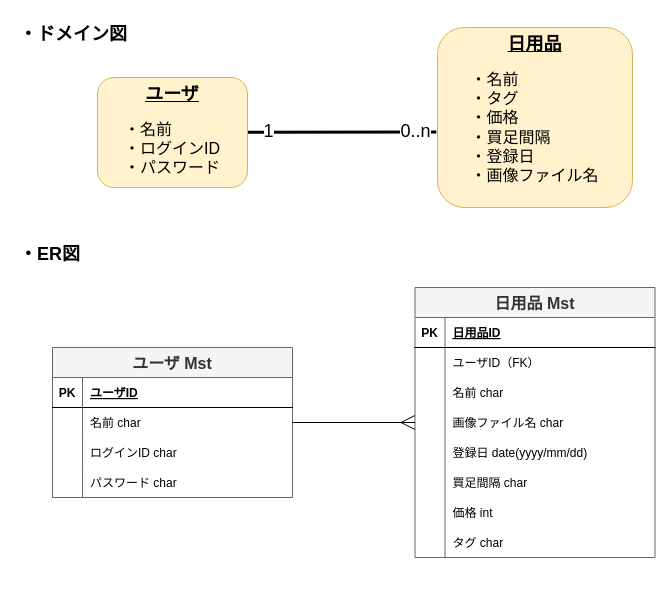
Above: 10_詳細設計/11_ER図.drawio in EijiToriki/DairyProductAlermApp (draw.io), before the change. Source tidied: cells renumbered, new cells numbered last; positions are measured from the earlier drawing's top-left corner, leaving out a move shared by most shapes. Both pictures are drawn from the tidied source at 100%, with x=0, y=0 at pixel (17, 17).
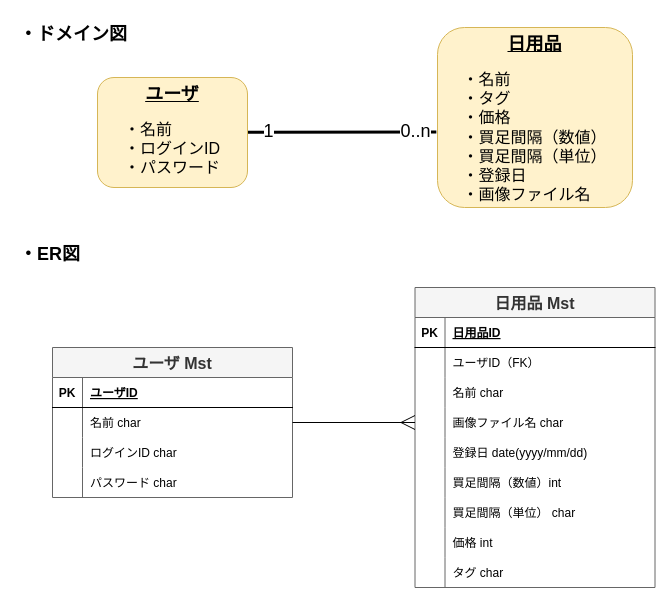
The same page after the edit.

Unchanged cells that the change refers to:
```xml
<mxCell id="38" style="shape=tableRow;horizontal=0;startSize=0;swimlaneHead=0;swimlaneBody=0;fillColor=none;top=0;left=0;right=0;bottom=0;" parent="22" vertex="1">
  <mxGeometry y="180" width="240" height="30" as="geometry" />
</mxCell>
```

The edit, as a diff of the source:
```diff
@@
-    <mxCell id="2" value="&lt;span style=&quot;font-size: 18px;&quot;&gt;&lt;b&gt;&lt;u&gt;日用品&lt;/u&gt;&lt;/b&gt;&lt;/span&gt;&lt;br&gt;&lt;br&gt;&lt;div style=&quot;text-align: left;&quot;&gt;&lt;span style=&quot;font-size: 16px; background-color: initial;&quot;&gt;・名前&lt;/span&gt;&lt;/div&gt;&lt;div style=&quot;text-align: left;&quot;&gt;&lt;span style=&quot;font-size: 16px; background-color: initial;&quot;&gt;・タグ&lt;/span&gt;&lt;/div&gt;&lt;div style=&quot;text-align: left;&quot;&gt;&lt;span style=&quot;background-color: initial; font-size: 16px;&quot;&gt;・価格&lt;/span&gt;&lt;/div&gt;&lt;div style=&quot;text-align: left;&quot;&gt;&lt;span style=&quot;font-size: 16px; background-color: initial;&quot;&gt;・買足間隔&lt;/span&gt;&lt;/div&gt;&lt;div style=&quot;text-align: left;&quot;&gt;&lt;span style=&quot;font-size: 16px;&quot;&gt;・登録日&lt;/span&gt;&lt;/div&gt;&lt;div style=&quot;text-align: left;&quot;&gt;&lt;span style=&quot;font-size: 16px; background-color: initial;&quot;&gt;・画像ファイル名&lt;/span&gt;&lt;/div&gt;" style="rounded=1;whiteSpace=wrap;html=1;fillColor=#fff2cc;strokeColor=#d6b656;verticalAlign=top;align=center;" parent="1" vertex="1">
+    <mxCell id="2" value="&lt;span style=&quot;font-size: 18px;&quot;&gt;&lt;b&gt;&lt;u&gt;日用品&lt;/u&gt;&lt;/b&gt;&lt;/span&gt;&lt;br&gt;&lt;br&gt;&lt;div style=&quot;text-align: left;&quot;&gt;&lt;span style=&quot;font-size: 16px; background-color: initial;&quot;&gt;・名前&lt;/span&gt;&lt;/div&gt;&lt;div style=&quot;text-align: left;&quot;&gt;&lt;span style=&quot;font-size: 16px; background-color: initial;&quot;&gt;・タグ&lt;/span&gt;&lt;/div&gt;&lt;div style=&quot;text-align: left;&quot;&gt;&lt;span style=&quot;background-color: initial; font-size: 16px;&quot;&gt;・価格&lt;/span&gt;&lt;/div&gt;&lt;div style=&quot;text-align: left;&quot;&gt;&lt;span style=&quot;font-size: 16px; background-color: initial;&quot;&gt;・買足間隔（数値）&lt;/span&gt;&lt;/div&gt;&lt;div style=&quot;text-align: left;&quot;&gt;&lt;span style=&quot;font-size: 16px;&quot;&gt;・買足間隔（単位）&lt;/span&gt;&lt;/div&gt;&lt;div style=&quot;text-align: left;&quot;&gt;&lt;span style=&quot;font-size: 16px;&quot;&gt;・登録日&lt;/span&gt;&lt;/div&gt;&lt;div style=&quot;text-align: left;&quot;&gt;&lt;span style=&quot;font-size: 16px; background-color: initial;&quot;&gt;・画像ファイル名&lt;/span&gt;&lt;/div&gt;" style="rounded=1;whiteSpace=wrap;html=1;fillColor=#fff2cc;strokeColor=#d6b656;verticalAlign=top;align=center;" parent="1" vertex="1">
       <mxGeometry x="420" y="10" width="195" height="180" as="geometry" />
     </mxCell>
@@
     <mxCell id="22" value="日用品 Mst" style="shape=table;startSize=30;childLayout=tableLayout;rowLines=0;fontStyle=1;align=center;fillColor=#f5f5f5;fontColor=#333333;strokeColor=#666666;fontSize=16;" parent="1" vertex="1">
-      <mxGeometry x="397.5" y="270" width="240" height="270" as="geometry" />
+      <mxGeometry x="397.5" y="270" width="240" height="300" as="geometry" />
     </mxCell>
@@
-    <mxCell id="40" value="買足間隔 char" style="shape=partialRectangle;fillColor=none;top=0;left=0;bottom=0;right=0;align=left;spacingLeft=6;overflow=hidden;" parent="38" vertex="1">
+    <mxCell id="40" value="買足間隔（数値）int" style="shape=partialRectangle;fillColor=none;top=0;left=0;bottom=0;right=0;align=left;spacingLeft=6;overflow=hidden;" parent="38" vertex="1">
       <mxGeometry x="30" width="210" height="30" as="geometry" />
     </mxCell>
+    <mxCell id="48" style="shape=tableRow;horizontal=0;startSize=0;swimlaneHead=0;swimlaneBody=0;fillColor=none;top=0;left=0;right=0;bottom=0;" parent="22" vertex="1">
+      <mxGeometry y="210" width="240" height="30" as="geometry" />
+    </mxCell>
+    <mxCell id="49" style="shape=partialRectangle;fillColor=none;top=0;left=0;bottom=0;right=0;overflow=hidden;" parent="48" vertex="1">
+      <mxGeometry width="30" height="30" as="geometry" />
+    </mxCell>
+    <mxCell id="50" value="買足間隔（単位） char" style="shape=partialRectangle;fillColor=none;top=0;left=0;bottom=0;right=0;align=left;spacingLeft=6;overflow=hidden;" parent="48" vertex="1">
+      <mxGeometry x="30" width="210" height="30" as="geometry" />
+    </mxCell>
     <mxCell id="41" style="shape=tableRow;horizontal=0;startSize=0;swimlaneHead=0;swimlaneBody=0;fillColor=none;top=0;left=0;right=0;bottom=0;" parent="22" vertex="1">
-      <mxGeometry y="210" width="240" height="30" as="geometry" />
+      <mxGeometry y="240" width="240" height="30" as="geometry" />
     </mxCell>
@@
     <mxCell id="44" style="shape=tableRow;horizontal=0;startSize=0;swimlaneHead=0;swimlaneBody=0;fillColor=none;top=0;left=0;right=0;bottom=0;" parent="22" vertex="1">
-      <mxGeometry y="240" width="240" height="30" as="geometry" />
+      <mxGeometry y="270" width="240" height="30" as="geometry" />
     </mxCell>
```
